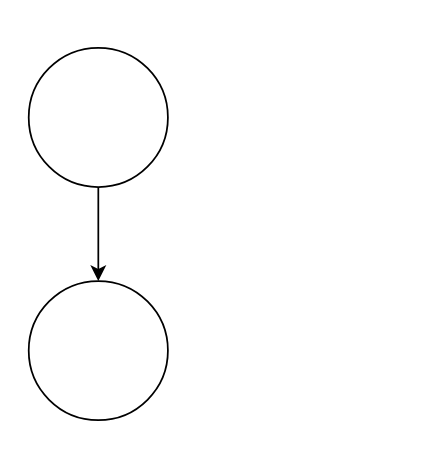
Before: page "Seite-1" (1 of 2) of Unbenanntes Diagramm.drawio in spiess-demos/Testrepo, a draw.io diagram. Source tidied: cells renumbered, new cells numbered last; positions are measured from the earlier drawing's top-left corner, leaving out a move shared by most shapes. Both pictures are drawn from the tidied source at 174%, with x=0, y=0 at pixel (28, 47).
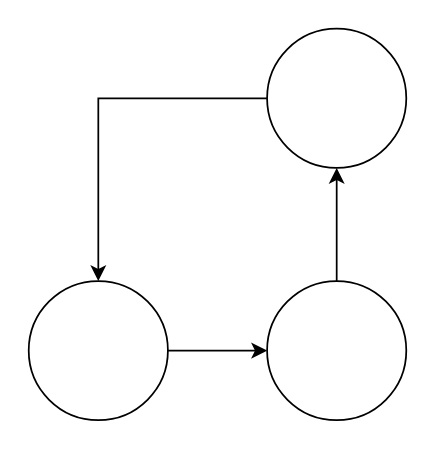
Above is the later version.

What changed in the source:
```diff
@@
 <mxGraphModel>
   <root>
     <mxCell id="0" />
     <mxCell id="1" parent="0" />
+    <mxCell id="5" style="edgeStyle=orthogonalEdgeStyle;rounded=0;jettySize=auto;html=1;" parent="1" edge="1" source="2" target="7">
+      <mxGeometry relative="1" as="geometry" />
+    </mxCell>
     <mxCell id="2" style="ellipse;whiteSpace=wrap;html=1;" parent="1" vertex="1">
       <mxGeometry y="134" width="80" height="80" as="geometry" />
     </mxCell>
     <mxCell id="3" style="edgeStyle=orthogonalEdgeStyle;rounded=0;jettySize=auto;html=1;" parent="1" edge="1" source="4" target="2">
       <mxGeometry relative="1" as="geometry" />
     </mxCell>
     <mxCell id="4" style="ellipse;whiteSpace=wrap;html=1;" parent="1" vertex="1">
-      <mxGeometry width="80" height="80" as="geometry" />
+      <mxGeometry x="137" y="-11" width="80" height="80" as="geometry" />
     </mxCell>
+    <mxCell id="6" style="edgeStyle=orthogonalEdgeStyle;rounded=0;jettySize=auto;html=1;" parent="1" edge="1" source="7" target="4">
+      <mxGeometry relative="1" as="geometry" />
+    </mxCell>
+    <mxCell id="7" style="ellipse;whiteSpace=wrap;html=1;" parent="1" vertex="1">
+      <mxGeometry x="137" y="134" width="80" height="80" as="geometry" />
+    </mxCell>
   </root>
 </mxGraphModel>
```
